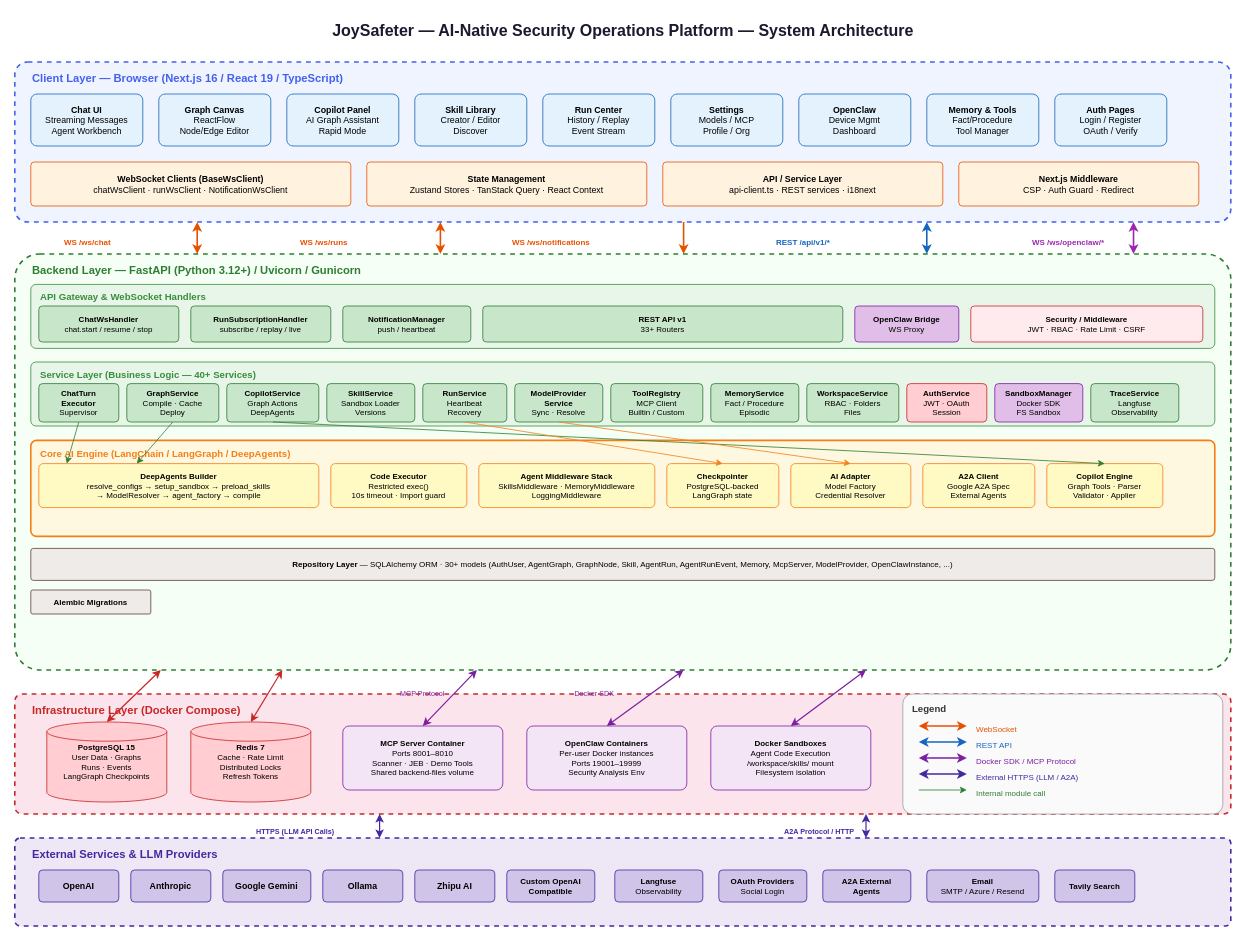
The draw.io diagram docs/architecture-diagram.drawio in jd-opensource/JoySafeter, before the edit. Source tidied: cells renumbered, new cells numbered last; positions are measured from the earlier drawing's top-left corner, leaving out a move shared by most shapes. Both pictures are drawn from the tidied source at 80%, with x=0, y=0 at pixel (14, 14).
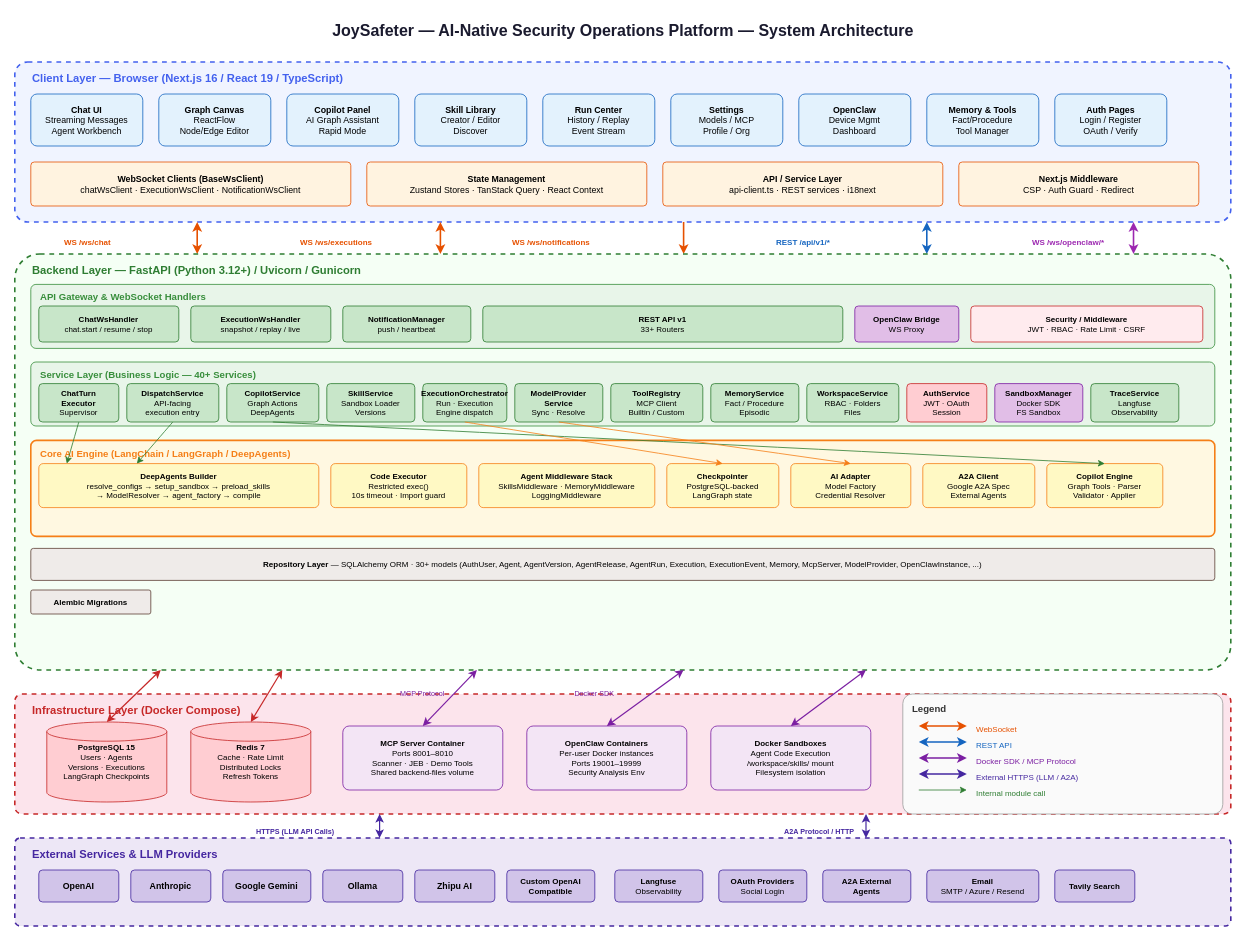
The same page after the edit.

Commit message (it also covers changes not shown here):
docs: update architecture source references

Change to the diagram source:
```diff
@@
-    <mxCell id="14" value="&lt;b&gt;WebSocket Clients (BaseWsClient)&lt;/b&gt;&lt;br/&gt;chatWsClient · runWsClient · NotificationWsClient" style="rounded=1;whiteSpace=wrap;html=1;fillColor=#fff3e0;strokeColor=#e65100;fontSize=11;arcSize=8;" parent="1" vertex="1">
+    <mxCell id="14" value="&lt;b&gt;WebSocket Clients (BaseWsClient)&lt;/b&gt;&lt;br/&gt;chatWsClient · ExecutionWsClient · NotificationWsClient" style="rounded=1;whiteSpace=wrap;html=1;fillColor=#fff3e0;strokeColor=#e65100;fontSize=11;arcSize=8;" parent="1" vertex="1">
       <mxGeometry x="20" y="185" width="400" height="55" as="geometry" />
     </mxCell>
@@
-    <mxCell id="21" value="WS /ws/runs" style="text;fontSize=10;fontStyle=1;fontColor=#e65100;fillColor=none;strokeColor=none;" parent="1" vertex="1">
+    <mxCell id="21" value="WS /ws/executions" style="text;fontSize=10;fontStyle=1;fontColor=#e65100;fillColor=none;strokeColor=none;" parent="1" vertex="1">
       <mxGeometry x="355" y="273" width="80" height="20" as="geometry" />
     </mxCell>
@@
-    <mxCell id="33" value="&lt;b&gt;RunSubscriptionHandler&lt;/b&gt;&lt;br/&gt;subscribe / replay / live" style="rounded=1;whiteSpace=wrap;html=1;fillColor=#c8e6c9;strokeColor=#2e7d32;fontSize=10;arcSize=10;" parent="1" vertex="1">
+    <mxCell id="33" value="&lt;b&gt;ExecutionWsHandler&lt;/b&gt;&lt;br/&gt;snapshot / replay / live" style="rounded=1;whiteSpace=wrap;html=1;fillColor=#c8e6c9;strokeColor=#2e7d32;fontSize=10;arcSize=10;" parent="1" vertex="1">
       <mxGeometry x="220" y="365" width="175" height="45" as="geometry" />
     </mxCell>
@@
-    <mxCell id="41" value="&lt;b&gt;GraphService&lt;/b&gt;&lt;br/&gt;Compile · Cache&lt;br/&gt;Deploy" style="rounded=1;whiteSpace=wrap;html=1;fillColor=#c8e6c9;strokeColor=#2e7d32;fontSize=10;arcSize=10;" parent="1" vertex="1">
+    <mxCell id="41" value="&lt;b&gt;DispatchService&lt;/b&gt;&lt;br/&gt;API-facing&lt;br/&gt;execution entry" style="rounded=1;whiteSpace=wrap;html=1;fillColor=#c8e6c9;strokeColor=#2e7d32;fontSize=10;arcSize=10;" parent="1" vertex="1">
       <mxGeometry x="140" y="462" width="115" height="48" as="geometry" />
     </mxCell>
@@
-    <mxCell id="44" value="&lt;b&gt;RunService&lt;/b&gt;&lt;br/&gt;Heartbeat&lt;br/&gt;Recovery" style="rounded=1;whiteSpace=wrap;html=1;fillColor=#c8e6c9;strokeColor=#2e7d32;fontSize=10;arcSize=10;" parent="1" vertex="1">
+    <mxCell id="44" value="&lt;b&gt;ExecutionOrchestrator&lt;/b&gt;&lt;br/&gt;Run · Execution&lt;br/&gt;Engine dispatch" style="rounded=1;whiteSpace=wrap;html=1;fillColor=#c8e6c9;strokeColor=#2e7d32;fontSize=10;arcSize=10;" parent="1" vertex="1">
       <mxGeometry x="510" y="462" width="105" height="48" as="geometry" />
     </mxCell>
@@
-    <mxCell id="61" value="&lt;b&gt;Repository Layer&lt;/b&gt; — SQLAlchemy ORM · 30+ models (AuthUser, AgentGraph, GraphNode, Skill, AgentRun, AgentRunEvent, Memory, McpServer, ModelProvider, OpenClawInstance, ...)" style="rounded=1;whiteSpace=wrap;html=1;fillColor=#efebe9;strokeColor=#5d4037;fontSize=10;arcSize=8;" parent="1" vertex="1">
+    <mxCell id="61" value="&lt;b&gt;Repository Layer&lt;/b&gt; — SQLAlchemy ORM · 30+ models (AuthUser, Agent, AgentVersion, AgentRelease, AgentRun, Execution, ExecutionEvent, Memory, McpServer, ModelProvider, OpenClawInstance, ...)" style="rounded=1;whiteSpace=wrap;html=1;fillColor=#efebe9;strokeColor=#5d4037;fontSize=10;arcSize=8;" parent="1" vertex="1">
       <mxGeometry x="20" y="668" width="1480" height="40" as="geometry" />
     </mxCell>
@@
-    <mxCell id="65" value="&lt;b&gt;PostgreSQL 15&lt;/b&gt;&lt;br/&gt;User Data · Graphs&lt;br/&gt;Runs · Events&lt;br/&gt;LangGraph Checkpoints" style="shape=cylinder3;whiteSpace=wrap;html=1;fillColor=#ffcdd2;strokeColor=#c62828;fontSize=10;arcSize=10;size=12;" parent="1" vertex="1">
+    <mxCell id="65" value="&lt;b&gt;PostgreSQL 15&lt;/b&gt;&lt;br/&gt;Users · Agents&lt;br/&gt;Versions · Executions&lt;br/&gt;LangGraph Checkpoints" style="shape=cylinder3;whiteSpace=wrap;html=1;fillColor=#ffcdd2;strokeColor=#c62828;fontSize=10;arcSize=10;size=12;" parent="1" vertex="1">
       <mxGeometry x="40" y="885" width="150" height="100" as="geometry" />
     </mxCell>
```
